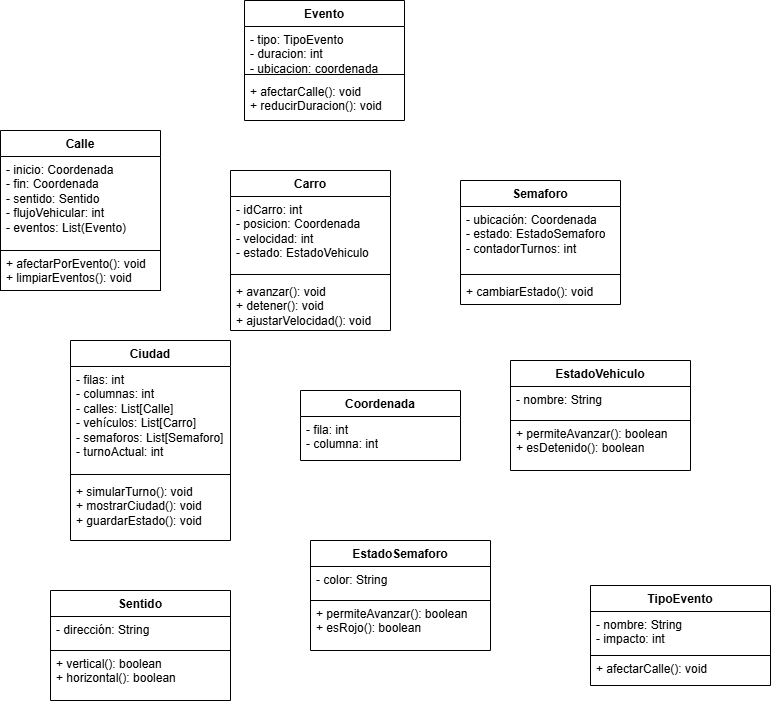
This is Proyecto-desarrollo.png from juampa1907/Proyecto-final-desarrollo, a draw.io export, as it was before one commit. Source tidied: cells renumbered, new cells last; positions are measured from the earlier drawing's top-left corner, leaving out a move shared by most shapes.
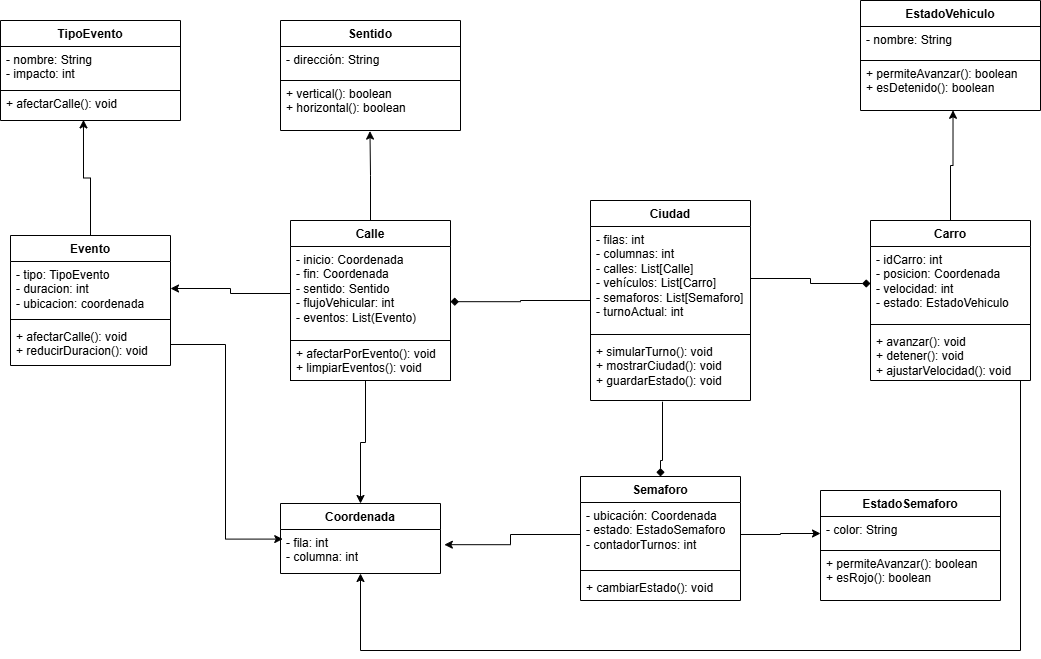
After the change.

Diff of the diagram source:
```diff
@@ -3,7 +3,7 @@
     <mxCell id="0" />
     <mxCell id="1" parent="0" />
     <mxCell id="2" value="Carro" style="swimlane;fontStyle=1;align=center;verticalAlign=top;horizontal=1;startSize=26;whiteSpace=wrap;html=1;" parent="1" vertex="1">
-      <mxGeometry x="230" y="170" width="160" height="160" as="geometry" />
+      <mxGeometry x="580" y="160" width="160" height="160" as="geometry" />
     </mxCell>
     <mxCell id="3" value="- idCarro: int&lt;div&gt;- posicion: Coordenada&lt;/div&gt;&lt;div&gt;- velocidad: int&lt;/div&gt;&lt;div&gt;- estado: EstadoVehiculo&lt;/div&gt;" style="text;strokeColor=none;fillColor=none;align=left;verticalAlign=top;spacingLeft=4;spacingRight=4;overflow=hidden;points=[[0,0.5],[1,0.5]];portConstraint=eastwest;whiteSpace=wrap;html=1;" parent="2" vertex="1">
       <mxGeometry y="26" width="160" height="74" as="geometry" />
@@ -15,7 +15,7 @@
       <mxGeometry y="108" width="160" height="52" as="geometry" />
     </mxCell>
     <mxCell id="6" value="Semaforo" style="swimlane;fontStyle=1;align=center;verticalAlign=top;horizontal=1;startSize=26;whiteSpace=wrap;html=1;" parent="1" vertex="1">
-      <mxGeometry x="460" y="180" width="160" height="124" as="geometry" />
+      <mxGeometry x="290" y="416" width="160" height="124" as="geometry" />
     </mxCell>
     <mxCell id="7" value="&lt;div&gt;- ubicación: Coordenada&lt;/div&gt;&lt;div&gt;- estado: EstadoSemaforo&lt;/div&gt;&lt;div&gt;- contadorTurnos: int&lt;/div&gt;" style="text;strokeColor=none;fillColor=none;align=left;verticalAlign=top;spacingLeft=4;spacingRight=4;overflow=hidden;points=[[0,0.5],[1,0.5]];portConstraint=eastwest;whiteSpace=wrap;html=1;" parent="6" vertex="1">
       <mxGeometry y="26" width="160" height="64" as="geometry" />
@@ -27,7 +27,7 @@
       <mxGeometry y="98" width="160" height="26" as="geometry" />
     </mxCell>
     <mxCell id="10" value="Calle" style="swimlane;fontStyle=1;align=center;verticalAlign=top;horizontal=1;startSize=26;whiteSpace=wrap;html=1;" parent="1" vertex="1">
-      <mxGeometry y="130" width="160" height="160" as="geometry" />
+      <mxGeometry y="160" width="160" height="160" as="geometry" />
     </mxCell>
     <mxCell id="11" value="&lt;div&gt;- inicio: Coordenada&lt;/div&gt;&lt;div&gt;- fin: Coordenada&lt;/div&gt;&lt;div&gt;- sentido: Sentido&lt;/div&gt;&lt;div&gt;- flujoVehicular: int&lt;/div&gt;&lt;div&gt;- eventos: List(Evento)&lt;/div&gt;" style="text;strokeColor=none;fillColor=none;align=left;verticalAlign=top;spacingLeft=4;spacingRight=4;overflow=hidden;points=[[0,0.5],[1,0.5]];portConstraint=eastwest;whiteSpace=wrap;html=1;" parent="10" vertex="1">
       <mxGeometry y="26" width="160" height="94" as="geometry" />
@@ -36,13 +36,13 @@
       <mxGeometry y="120" width="160" height="40" as="geometry" />
     </mxCell>
     <mxCell id="13" value="Coordenada" style="swimlane;fontStyle=1;align=center;verticalAlign=top;horizontal=1;startSize=26;whiteSpace=wrap;html=1;" parent="1" vertex="1">
-      <mxGeometry x="300" y="390" width="160" height="70" as="geometry" />
+      <mxGeometry x="-10" y="443" width="160" height="70" as="geometry" />
     </mxCell>
     <mxCell id="14" value="&lt;div&gt;- fila: int&lt;/div&gt;&lt;div&gt;- columna: int&lt;/div&gt;" style="text;strokeColor=none;fillColor=none;align=left;verticalAlign=top;spacingLeft=4;spacingRight=4;overflow=hidden;points=[[0,0.5],[1,0.5]];portConstraint=eastwest;whiteSpace=wrap;html=1;" parent="13" vertex="1">
       <mxGeometry y="26" width="160" height="44" as="geometry" />
     </mxCell>
     <mxCell id="15" value="Ciudad" style="swimlane;fontStyle=1;align=center;verticalAlign=top;horizontal=1;startSize=26;whiteSpace=wrap;html=1;" parent="1" vertex="1">
-      <mxGeometry x="70" y="340" width="160" height="200" as="geometry" />
+      <mxGeometry x="300" y="140" width="160" height="200" as="geometry" />
     </mxCell>
     <mxCell id="16" value="- filas: int&lt;div&gt;- columnas: int&lt;/div&gt;&lt;div&gt;- calles: List[Calle]&lt;/div&gt;&lt;div&gt;- vehículos: List[Carro]&lt;/div&gt;&lt;div&gt;- semaforos: List[Semaforo]&lt;/div&gt;&lt;div&gt;- turnoActual: int&lt;/div&gt;" style="text;strokeColor=none;fillColor=none;align=left;verticalAlign=top;spacingLeft=4;spacingRight=4;overflow=hidden;points=[[0,0.5],[1,0.5]];portConstraint=eastwest;whiteSpace=wrap;html=1;" parent="15" vertex="1">
       <mxGeometry y="26" width="160" height="104" as="geometry" />
@@ -54,19 +54,19 @@
       <mxGeometry y="138" width="160" height="62" as="geometry" />
     </mxCell>
     <mxCell id="19" value="Evento" style="swimlane;fontStyle=1;align=center;verticalAlign=top;horizontal=1;startSize=26;whiteSpace=wrap;html=1;" parent="1" vertex="1">
-      <mxGeometry x="244" width="160" height="120" as="geometry" />
+      <mxGeometry x="-280" y="175" width="160" height="130" as="geometry" />
     </mxCell>
     <mxCell id="20" value="&lt;div&gt;- tipo: TipoEvento&lt;/div&gt;&lt;div&gt;- duracion: int&lt;/div&gt;&lt;div&gt;- ubicacion: coordenada&lt;/div&gt;" style="text;strokeColor=none;fillColor=none;align=left;verticalAlign=top;spacingLeft=4;spacingRight=4;overflow=hidden;points=[[0,0.5],[1,0.5]];portConstraint=eastwest;whiteSpace=wrap;html=1;" parent="19" vertex="1">
-      <mxGeometry y="26" width="160" height="44" as="geometry" />
+      <mxGeometry y="26" width="160" height="54" as="geometry" />
     </mxCell>
     <mxCell id="21" style="line;strokeWidth=1;fillColor=none;align=left;verticalAlign=middle;spacingTop=-1;spacingLeft=3;spacingRight=3;labelPosition=right;strokeColor=inherit;" parent="19" vertex="1">
-      <mxGeometry y="70" width="160" height="8" as="geometry" />
+      <mxGeometry y="80" width="160" height="8" as="geometry" />
     </mxCell>
     <mxCell id="22" value="+ afectarCalle(): void&lt;div&gt;+ reducirDuracion(): void&lt;/div&gt;" style="text;strokeColor=none;fillColor=none;align=left;verticalAlign=top;spacingLeft=4;spacingRight=4;overflow=hidden;points=[[0,0.5],[1,0.5]];portConstraint=eastwest;whiteSpace=wrap;html=1;" parent="19" vertex="1">
-      <mxGeometry y="78" width="160" height="42" as="geometry" />
+      <mxGeometry y="88" width="160" height="42" as="geometry" />
     </mxCell>
     <mxCell id="23" value="EstadoVehiculo" style="swimlane;fontStyle=1;align=center;verticalAlign=top;horizontal=1;startSize=26;whiteSpace=wrap;html=1;" parent="1" vertex="1">
-      <mxGeometry x="510" y="360" width="180" height="110" as="geometry" />
+      <mxGeometry x="570" y="-60" width="180" height="110" as="geometry" />
     </mxCell>
     <mxCell id="24" value="&lt;div&gt;- nombre: String&lt;/div&gt;" style="text;strokeColor=default;fillColor=none;align=left;verticalAlign=top;spacingLeft=4;spacingRight=4;overflow=hidden;whiteSpace=wrap;html=1;" parent="23" vertex="1">
       <mxGeometry y="26" width="180" height="34" as="geometry" />
@@ -75,7 +75,7 @@
       <mxGeometry y="60" width="180" height="50" as="geometry" />
     </mxCell>
     <mxCell id="26" value="EstadoSemaforo" style="swimlane;fontStyle=1;align=center;verticalAlign=top;horizontal=1;startSize=26;whiteSpace=wrap;html=1;" parent="1" vertex="1">
-      <mxGeometry x="310" y="540" width="180" height="110" as="geometry" />
+      <mxGeometry x="530" y="430" width="180" height="110" as="geometry" />
     </mxCell>
     <mxCell id="27" value="&lt;div&gt;- color: String&lt;/div&gt;" style="text;strokeColor=default;fillColor=none;align=left;verticalAlign=top;spacingLeft=4;spacingRight=4;overflow=hidden;points=[[0,0.5],[1,0.5]];portConstraint=eastwest;whiteSpace=wrap;html=1;" parent="26" vertex="1">
       <mxGeometry y="26" width="180" height="34" as="geometry" />
@@ -84,7 +84,7 @@
       <mxGeometry y="60" width="180" height="50" as="geometry" />
     </mxCell>
     <mxCell id="29" value="Sentido" style="swimlane;fontStyle=1;align=center;verticalAlign=top;horizontal=1;startSize=26;whiteSpace=wrap;html=1;" parent="1" vertex="1">
-      <mxGeometry x="50" y="590" width="180" height="110" as="geometry" />
+      <mxGeometry x="-10" y="-40" width="180" height="110" as="geometry" />
     </mxCell>
     <mxCell id="30" value="&lt;div&gt;- dirección: String&lt;/div&gt;" style="text;strokeColor=default;fillColor=none;align=left;verticalAlign=top;spacingLeft=4;spacingRight=4;overflow=hidden;whiteSpace=wrap;html=1;" parent="29" vertex="1">
       <mxGeometry y="26" width="180" height="34" as="geometry" />
@@ -93,7 +93,7 @@
       <mxGeometry y="60" width="180" height="50" as="geometry" />
     </mxCell>
     <mxCell id="32" value="TipoEvento" style="swimlane;fontStyle=1;align=center;verticalAlign=top;horizontal=1;startSize=26;whiteSpace=wrap;html=1;" parent="1" vertex="1">
-      <mxGeometry x="590" y="585" width="180" height="100" as="geometry" />
+      <mxGeometry x="-290" y="-40" width="180" height="100" as="geometry" />
     </mxCell>
     <mxCell id="33" value="&lt;div&gt;- nombre: String&lt;/div&gt;&lt;div&gt;- impacto: int&lt;/div&gt;" style="text;strokeColor=default;fillColor=none;align=left;verticalAlign=top;spacingLeft=4;spacingRight=4;overflow=hidden;whiteSpace=wrap;html=1;" parent="32" vertex="1">
       <mxGeometry y="26" width="180" height="44" as="geometry" />
@@ -101,5 +101,56 @@
     <mxCell id="34" value="+ afectarCalle(): void" style="text;strokeColor=none;fillColor=none;align=left;verticalAlign=top;spacingLeft=4;spacingRight=4;overflow=hidden;points=[[0,0.5],[1,0.5]];portConstraint=eastwest;whiteSpace=wrap;html=1;" parent="32" vertex="1">
       <mxGeometry y="70" width="180" height="30" as="geometry" />
     </mxCell>
+    <mxCell id="35" style="edgeStyle=orthogonalEdgeStyle;rounded=0;jettySize=auto;html=1;entryX=1;entryY=0.587;entryDx=0;entryDy=0;entryPerimeter=0;endArrow=diamond;endFill=1;" parent="1" edge="1" source="15" target="11">
+      <mxGeometry relative="1" as="geometry" />
+    </mxCell>
+    <mxCell id="36" style="edgeStyle=orthogonalEdgeStyle;rounded=0;jettySize=auto;html=1;entryX=0;entryY=0.5;entryDx=0;entryDy=0;endArrow=diamond;endFill=1;" parent="1" edge="1" source="16" target="3">
+      <mxGeometry relative="1" as="geometry" />
+    </mxCell>
+    <mxCell id="37" style="edgeStyle=orthogonalEdgeStyle;rounded=0;jettySize=auto;html=1;entryX=0.5;entryY=0;entryDx=0;entryDy=0;exitX=0.45;exitY=1.019;exitDx=0;exitDy=0;exitPerimeter=0;endArrow=diamond;endFill=1;" parent="1" edge="1" source="18" target="6">
+      <mxGeometry relative="1" as="geometry">
+        <Array as="points">
+          <mxPoint x="372" y="400" />
+          <mxPoint x="370" y="400" />
+        </Array>
+      </mxGeometry>
+    </mxCell>
+    <mxCell id="38" style="edgeStyle=orthogonalEdgeStyle;rounded=0;jettySize=auto;html=1;entryX=1;entryY=0.5;entryDx=0;entryDy=0;" parent="1" edge="1" source="11" target="20">
+      <mxGeometry relative="1" as="geometry" />
+    </mxCell>
+    <mxCell id="39" style="edgeStyle=orthogonalEdgeStyle;rounded=0;jettySize=auto;html=1;entryX=0.5;entryY=0;entryDx=0;entryDy=0;" parent="1" edge="1" source="12" target="13">
+      <mxGeometry relative="1" as="geometry">
+        <Array as="points">
+          <mxPoint x="75" y="382" />
+          <mxPoint x="70" y="382" />
+        </Array>
+      </mxGeometry>
+    </mxCell>
+    <mxCell id="40" style="edgeStyle=orthogonalEdgeStyle;rounded=0;jettySize=auto;html=1;entryX=0.497;entryY=1.012;entryDx=0;entryDy=0;entryPerimeter=0;" parent="1" edge="1" source="10" target="31">
+      <mxGeometry relative="1" as="geometry" />
+    </mxCell>
+    <mxCell id="41" style="edgeStyle=orthogonalEdgeStyle;rounded=0;jettySize=auto;html=1;entryX=0.514;entryY=0.996;entryDx=0;entryDy=0;entryPerimeter=0;" parent="1" edge="1" source="2" target="25">
+      <mxGeometry relative="1" as="geometry" />
+    </mxCell>
+    <mxCell id="42" style="edgeStyle=orthogonalEdgeStyle;rounded=0;jettySize=auto;html=1;" parent="1" edge="1" source="5" target="14">
+      <mxGeometry relative="1" as="geometry">
+        <Array as="points">
+          <mxPoint x="730" y="590" />
+          <mxPoint x="70" y="590" />
+        </Array>
+      </mxGeometry>
+    </mxCell>
+    <mxCell id="43" style="edgeStyle=orthogonalEdgeStyle;rounded=0;jettySize=auto;html=1;entryX=0.461;entryY=0.98;entryDx=0;entryDy=0;entryPerimeter=0;" parent="1" edge="1" source="19" target="34">
+      <mxGeometry relative="1" as="geometry" />
+    </mxCell>
+    <mxCell id="44" style="edgeStyle=orthogonalEdgeStyle;rounded=0;jettySize=auto;html=1;entryX=0.014;entryY=0.218;entryDx=0;entryDy=0;entryPerimeter=0;" parent="1" edge="1" source="22" target="14">
+      <mxGeometry relative="1" as="geometry" />
+    </mxCell>
+    <mxCell id="45" style="edgeStyle=orthogonalEdgeStyle;rounded=0;jettySize=auto;html=1;entryX=0;entryY=0.5;entryDx=0;entryDy=0;" parent="1" edge="1" source="7" target="27">
+      <mxGeometry relative="1" as="geometry" />
+    </mxCell>
+    <mxCell id="46" style="edgeStyle=orthogonalEdgeStyle;rounded=0;jettySize=auto;html=1;entryX=1.024;entryY=0.345;entryDx=0;entryDy=0;entryPerimeter=0;" parent="1" edge="1" source="7" target="14">
+      <mxGeometry relative="1" as="geometry" />
+    </mxCell>
   </root>
 </mxGraphModel>
```
